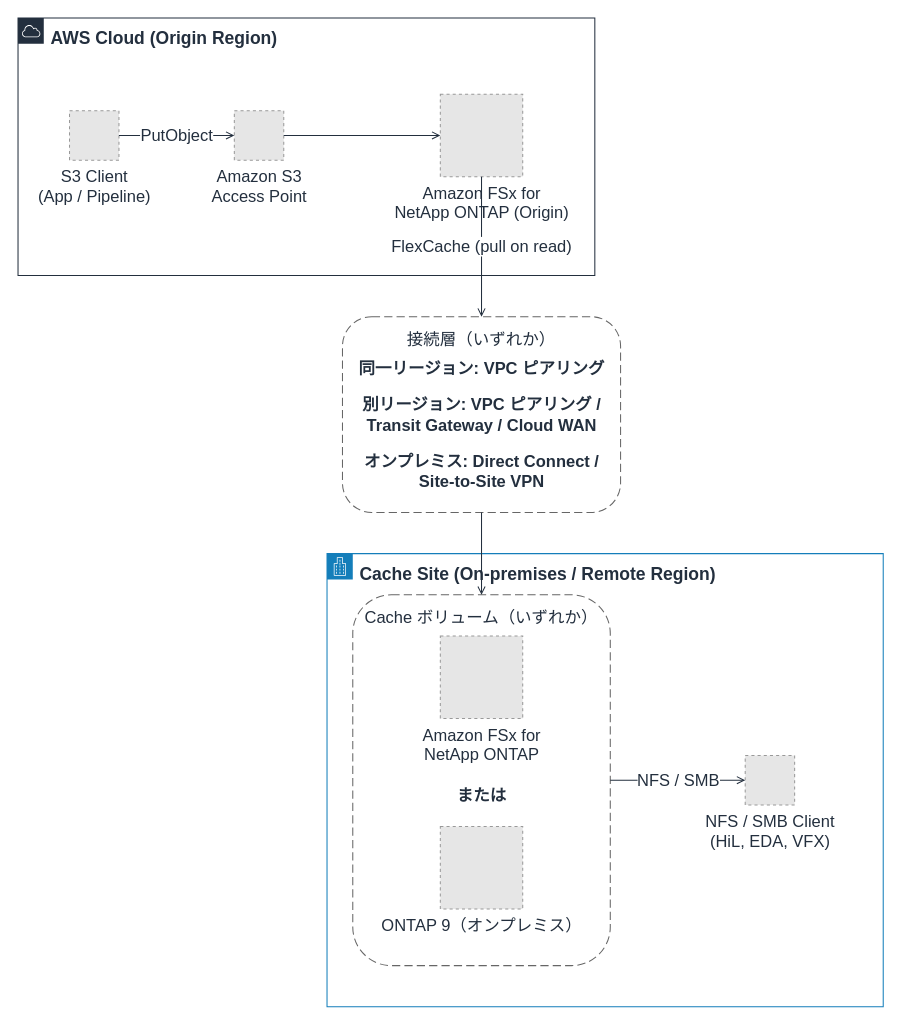
Earlier version of the draw.io diagram docs/_assets/diagrams/s3burst-architecture-overview.drawio (Yoshiki0705/S3-Burst-on-ONTAP-Files). Source tidied: cells renumbered, new cells numbered last; positions are measured from the earlier drawing's top-left corner, leaving out a move shared by most shapes. Both pictures are drawn from the tidied source at 103%, with x=0, y=0 at pixel (18, 18). Pictures stored in the file or linked from it are replaced by grey dashed boxes.
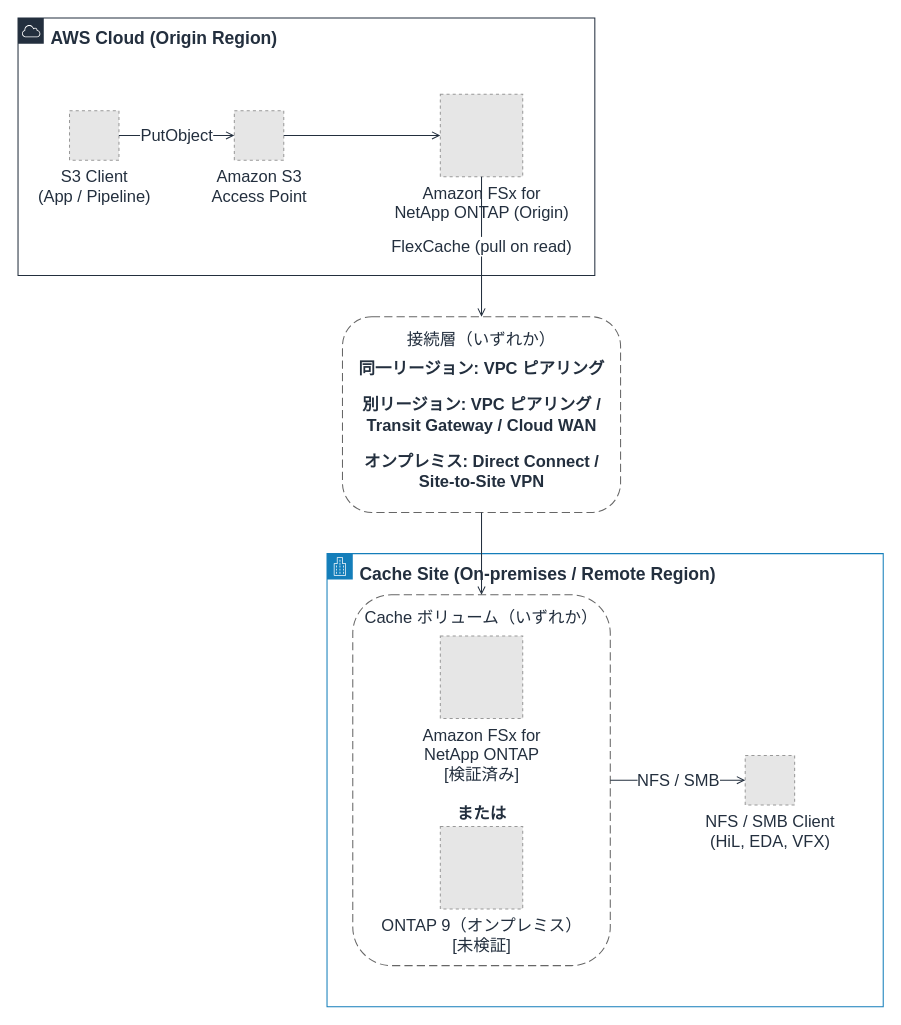
Above is the later version.

Commit message (it also covers changes not shown here):
docs: put each cache platform's stage inside the figure (#170)

What changed in the source:
```diff
@@
     <mxCell id="6" value="または" style="text;html=1;strokeColor=none;fillColor=none;align=center;verticalAlign=middle;fontSize=16;fontStyle=1;fontColor=#232F3E;" parent="1" vertex="1">
-      <mxGeometry x="415" y="745" width="70" height="20" as="geometry" />
+      <mxGeometry x="415" y="762" width="70" height="20" as="geometry" />
     </mxCell>
@@
-    <mxCell id="13" value="Amazon FSx for&#10;NetApp ONTAP" style="fillColor=#E6E6E6;strokeColor=#999999;dashed=1;html=1;verticalLabelPosition=bottom;verticalAlign=top;labelPosition=center;align=center;fontSize=16;fontColor=#232F3E;" parent="1" vertex="1">
+    <mxCell id="13" value="Amazon FSx for&#10;NetApp ONTAP&#10;[検証済み]" style="fillColor=#E6E6E6;strokeColor=#999999;dashed=1;html=1;verticalLabelPosition=bottom;verticalAlign=top;labelPosition=center;align=center;fontSize=16;fontColor=#232F3E;" parent="1" vertex="1">
       <mxGeometry x="410" y="600" width="80" height="80" as="geometry" />
     </mxCell>
-    <mxCell id="14" value="ONTAP 9（オンプレミス）" style="fillColor=#E6E6E6;strokeColor=#999999;dashed=1;html=1;verticalLabelPosition=bottom;verticalAlign=top;labelPosition=center;align=center;fontSize=16;fontColor=#232F3E;" parent="1" vertex="1">
+    <mxCell id="14" value="ONTAP 9（オンプレミス）&#10;[未検証]" style="fillColor=#E6E6E6;strokeColor=#999999;dashed=1;html=1;verticalLabelPosition=bottom;verticalAlign=top;labelPosition=center;align=center;fontSize=16;fontColor=#232F3E;" parent="1" vertex="1">
       <mxGeometry x="410" y="785" width="80" height="80" as="geometry" />
     </mxCell>
```
